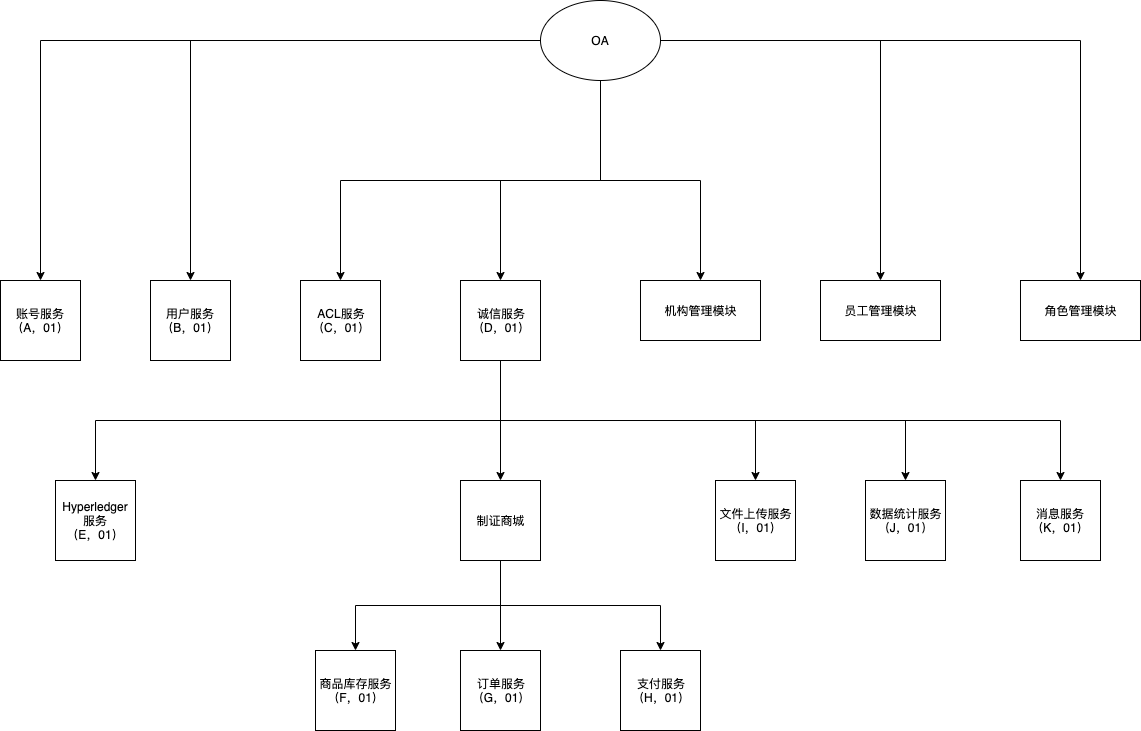
The draw.io diagram docs/credit/imgs/service.png in evildoerX/hyperledger-credit, before a commit. Source tidied: cells renumbered, new cells last; positions are measured from the earlier drawing's top-left corner, leaving out a move shared by most shapes.
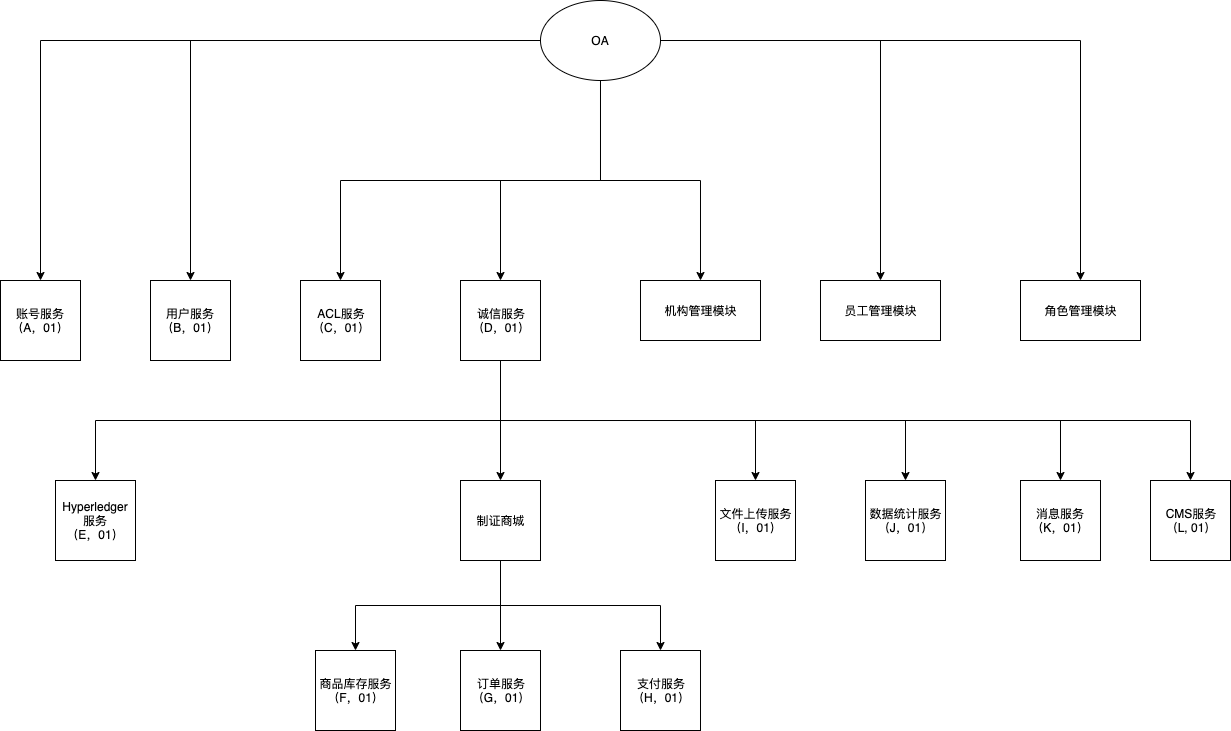
Later version of the same file.

Diff of the diagram source:
```diff
@@ -68,6 +68,9 @@
     <mxCell id="23" style="edgeStyle=orthogonalEdgeStyle;rounded=0;jettySize=auto;html=1;exitX=0.5;exitY=1;exitDx=0;exitDy=0;" parent="1" edge="1" source="24" target="32">
       <mxGeometry relative="1" as="geometry" />
     </mxCell>
+    <mxCell id="33" style="edgeStyle=orthogonalEdgeStyle;rounded=0;jettySize=auto;html=1;exitX=0.5;exitY=1;exitDx=0;exitDy=0;entryX=0.5;entryY=0;entryDx=0;entryDy=0;" parent="1" edge="1" source="24" target="34">
+      <mxGeometry relative="1" as="geometry" />
+    </mxCell>
     <mxCell id="24" value="诚信服务&lt;br&gt;（D，01）" style="whiteSpace=wrap;html=1;" parent="1" vertex="1">
       <mxGeometry x="460" y="280" width="80" height="80" as="geometry" />
     </mxCell>
@@ -95,5 +98,8 @@
     <mxCell id="32" value="制证商城" style="whiteSpace=wrap;html=1;" parent="1" vertex="1">
       <mxGeometry x="460" y="480" width="80" height="80" as="geometry" />
     </mxCell>
+    <mxCell id="34" value="CMS服务&lt;br&gt;（L, 01）" style="whiteSpace=wrap;html=1;" parent="1" vertex="1">
+      <mxGeometry x="1150" y="480" width="80" height="80" as="geometry" />
+    </mxCell>
   </root>
 </mxGraphModel>
```
